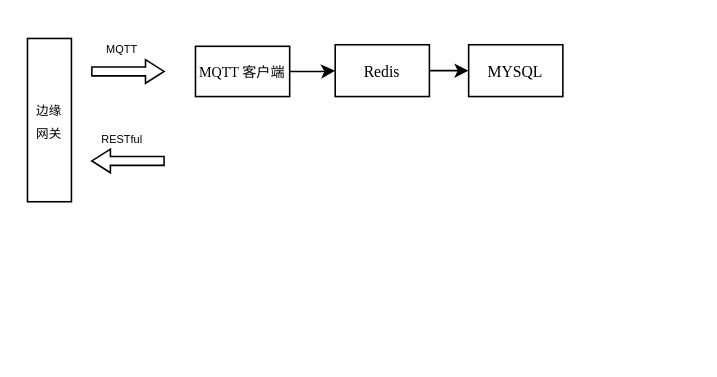
Asafield/draw keeps this draw.io diagram as page "云平台数据流控制" (2 of 3) of 未命名绘图.drawio. Above is the earlier version. Source tidied: cells renumbered, new cells numbered last; positions are measured from the earlier drawing's top-left corner, leaving out a move shared by most shapes. Both pictures are drawn from the tidied source at 157%, with x=0, y=0 at pixel (27, 27).
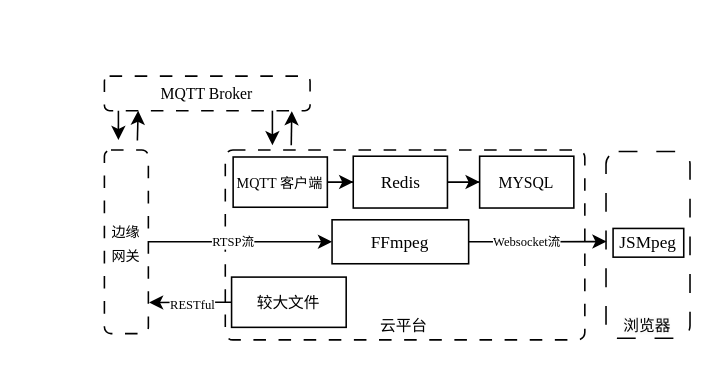
The same diagram, later.

Commit message:
更新未命名绘图.drawio

The edit, as a diff of the source:
```diff
@@
+    <mxCell id="12" style="whiteSpace=wrap;html=1;dashed=1;dashPattern=8 8;rounded=1;arcSize=4;fontFamily=Times New Roman;" parent="1" vertex="1">
+      <mxGeometry x="126" y="78" width="229" height="121" as="geometry" />
+    </mxCell>
@@
     <mxCell id="3" value="&lt;font style=&quot;font-size: 9px;&quot;&gt;MQTT 客户端&lt;/font&gt;" style="rounded=0;whiteSpace=wrap;html=1;fontSize=10;fontFamily=Times New Roman;" parent="1" vertex="1">
-      <mxGeometry x="107" y="12" width="60" height="32" as="geometry" />
+      <mxGeometry x="131" y="82.5" width="60" height="32" as="geometry" />
     </mxCell>
@@
-    <mxCell id="5" value="Redis" style="rounded=0;whiteSpace=wrap;html=1;fontSize=10;fontFamily=Times New Roman;" parent="1" vertex="1">
-      <mxGeometry x="196" y="11" width="60" height="33" as="geometry" />
+    <mxCell id="5" value="&lt;font style=&quot;font-size: 11px;&quot;&gt;Redis&lt;/font&gt;" style="rounded=0;whiteSpace=wrap;html=1;fontSize=10;fontFamily=Times New Roman;" parent="1" vertex="1">
+      <mxGeometry x="207.5" y="82" width="60" height="33" as="geometry" />
     </mxCell>
     <mxCell id="6" value="MYSQL" style="rounded=0;whiteSpace=wrap;html=1;fontSize=10;fontFamily=Times New Roman;" parent="1" vertex="1">
-      <mxGeometry x="281" y="11" width="60" height="33" as="geometry" />
+      <mxGeometry x="288" y="82" width="60" height="33" as="geometry" />
     </mxCell>
-    <mxCell id="7" style="html=1;shadow=0;dashed=0;align=center;verticalAlign=middle;shape=mxgraph.arrows2.arrow;dy=0.62;dx=11.83;notch=0;" parent="1" vertex="1">
-      <mxGeometry x="41" y="20.5" width="46" height="15" as="geometry" />
-    </mxCell>
-    <mxCell id="8" value="&lt;font style=&quot;font-size: 7px;&quot;&gt;MQTT&lt;/font&gt;" style="text;html=1;align=center;verticalAlign=middle;strokeColor=none;fillColor=none;" parent="1" vertex="1">
-      <mxGeometry x="41" width="38" height="26" as="geometry" />
-    </mxCell>
-    <mxCell id="9" style="html=1;shadow=0;dashed=0;align=center;verticalAlign=middle;shape=mxgraph.arrows2.arrow;dy=0.62;dx=11.83;notch=0;rotation=-180;" parent="1" vertex="1">
-      <mxGeometry x="41" y="77.5" width="46" height="15" as="geometry" />
-    </mxCell>
+    <mxCell id="11" value="&lt;font style=&quot;font-size: 9px;&quot;&gt;边缘&lt;/font&gt;&lt;div&gt;&lt;font style=&quot;font-size: 9px;&quot;&gt;网关&lt;/font&gt;&lt;/div&gt;" style="whiteSpace=wrap;html=1;strokeColor=default;dashed=1;dashPattern=8 8;rounded=1;fontFamily=Times New Roman;" parent="1" vertex="1">
+      <mxGeometry x="49" y="78" width="28" height="117" as="geometry" />
+    </mxCell>
+    <mxCell id="13" value="较大文件" style="rounded=0;whiteSpace=wrap;html=1;fontSize=10;fontFamily=Times New Roman;" parent="1" vertex="1">
+      <mxGeometry x="130" y="159" width="73" height="32" as="geometry" />
+    </mxCell>
+    <mxCell id="14" value="&lt;font style=&quot;font-size: 10px;&quot;&gt;MQTT Broker&lt;/font&gt;" style="whiteSpace=wrap;html=1;rounded=1;dashed=1;dashPattern=8 8;fontFamily=Times New Roman;" parent="1" vertex="1">
+      <mxGeometry x="49" y="31" width="131" height="22" as="geometry" />
+    </mxCell>
+    <mxCell id="15" style="endArrow=classic;html=1;rounded=0;entryX=0.048;entryY=0.007;entryDx=0;entryDy=0;entryPerimeter=0;fontFamily=Times New Roman;" parent="1" edge="1">
+      <mxGeometry relative="1" as="geometry">
+        <mxPoint x="156" y="53" as="sourcePoint" />
+        <mxPoint x="156" y="75" as="targetPoint" />
+      </mxGeometry>
+    </mxCell>
+    <mxCell id="16" style="endArrow=classic;html=1;rounded=0;exitX=0.11;exitY=0;exitDx=0;exitDy=0;exitPerimeter=0;entryX=0.911;entryY=1.014;entryDx=0;entryDy=0;entryPerimeter=0;fontFamily=Times New Roman;" parent="1" edge="1" target="14">
+      <mxGeometry relative="1" as="geometry">
+        <mxPoint x="168" y="75" as="sourcePoint" />
+      </mxGeometry>
+    </mxCell>
+    <mxCell id="17" style="endArrow=classic;html=1;rounded=0;exitX=0.75;exitY=0;exitDx=0;exitDy=0;entryX=0.164;entryY=1;entryDx=0;entryDy=0;entryPerimeter=0;fontFamily=Times New Roman;" parent="1" edge="1" target="14">
+      <mxGeometry relative="1" as="geometry">
+        <mxPoint x="70" y="72" as="sourcePoint" />
+      </mxGeometry>
+    </mxCell>
+    <mxCell id="18" style="endArrow=classic;html=1;rounded=0;exitX=0.068;exitY=0.999;exitDx=0;exitDy=0;exitPerimeter=0;entryX=0.317;entryY=-0.003;entryDx=0;entryDy=0;entryPerimeter=0;fontFamily=Times New Roman;" parent="1" edge="1" source="14">
+      <mxGeometry relative="1" as="geometry">
+        <mxPoint x="57.9" y="71.6" as="targetPoint" />
+      </mxGeometry>
+    </mxCell>
+    <mxCell id="19" style="whiteSpace=wrap;html=1;dashed=1;dashPattern=12 12;rounded=1;fontFamily=Times New Roman;" parent="1" vertex="1">
+      <mxGeometry x="368.5" y="79" width="53.5" height="119" as="geometry" />
+    </mxCell>
+    <mxCell id="20" style="edgeStyle=orthogonalEdgeStyle;rounded=0;jettySize=auto;html=1;exitX=1;exitY=0.5;exitDx=0;exitDy=0;entryX=0.006;entryY=0.482;entryDx=0;entryDy=0;entryPerimeter=0;fontFamily=Times New Roman;" parent="1" edge="1" source="22" target="19">
+      <mxGeometry relative="1" as="geometry">
+        <Array as="points">
+          <mxPoint x="325" y="137" />
+        </Array>
+      </mxGeometry>
+    </mxCell>
+    <mxCell id="21" value="Websocket流" style="edgeLabel;html=1;align=center;verticalAlign=middle;fontSize=8;fontFamily=Times New Roman;" parent="20" vertex="1">
+      <mxGeometry x="-0.18" relative="1" as="geometry" />
+    </mxCell>
+    <mxCell id="22" value="FFmpeg" style="whiteSpace=wrap;html=1;fontFamily=Times New Roman;fontSize=11;" parent="1" vertex="1">
+      <mxGeometry x="194" y="122.5" width="87" height="28" as="geometry" />
+    </mxCell>
+    <mxCell id="23" style="edgeStyle=none;jettySize=auto;html=1;rounded=0;exitX=1;exitY=0.5;exitDx=0;exitDy=0;entryX=0;entryY=0.5;entryDx=0;entryDy=0;fontFamily=Times New Roman;" parent="1" edge="1" source="11" target="22">
+      <mxGeometry relative="1" as="geometry" />
+    </mxCell>
+    <mxCell id="24" value="RTSP流" style="edgeLabel;html=1;align=center;verticalAlign=middle;fontSize=8;fontFamily=Times New Roman;" parent="23" vertex="1">
+      <mxGeometry x="-0.1" relative="1" as="geometry" />
+    </mxCell>
+    <mxCell id="25" style="edgeStyle=orthogonalEdgeStyle;rounded=0;jettySize=auto;html=1;exitX=0;exitY=0.5;exitDx=0;exitDy=0;entryX=1.016;entryY=0.831;entryDx=0;entryDy=0;entryPerimeter=0;fontFamily=Times New Roman;" parent="1" edge="1" source="13" target="11">
+      <mxGeometry relative="1" as="geometry" />
+    </mxCell>
-    <mxCell id="10" value="&lt;span style=&quot;font-size: 7px;&quot;&gt;RESTful&lt;/span&gt;" style="text;html=1;align=center;verticalAlign=middle;strokeColor=none;fillColor=none;" parent="1" vertex="1">
-      <mxGeometry x="38" y="57" width="44" height="26" as="geometry" />
+    <mxCell id="10" value="RESTful" style="edgeLabel;html=1;align=center;verticalAlign=middle;fontSize=8;fontFamily=Times New Roman;" parent="25" vertex="1">
+      <mxGeometry x="-0.02" y="1" relative="1" as="geometry" />
     </mxCell>
-    <mxCell id="11" value="&lt;font style=&quot;font-size: 8px;&quot;&gt;边缘&lt;/font&gt;&lt;div&gt;&lt;font style=&quot;font-size: 8px;&quot;&gt;网关&lt;/font&gt;&lt;/div&gt;" style="whiteSpace=wrap;html=1;" parent="1" vertex="1">
-      <mxGeometry y="7" width="28" height="104" as="geometry" />
-    </mxCell>
+    <mxCell id="26" value="&lt;span style=&quot;color: rgb(0, 0, 0); font-style: normal; font-variant-ligatures: normal; font-variant-caps: normal; font-weight: 400; letter-spacing: normal; orphans: 2; text-align: center; text-indent: 0px; text-transform: none; widows: 2; word-spacing: 0px; -webkit-text-stroke-width: 0px; white-space: normal; background-color: rgb(251, 251, 251); text-decoration-thickness: initial; text-decoration-style: initial; text-decoration-color: initial; float: none; display: inline !important;&quot;&gt;浏览器&lt;/span&gt;" style="text;whiteSpace=wrap;html=1;fontSize=10;fontFamily=Times New Roman;" parent="1" vertex="1">
+      <mxGeometry x="377.5" y="178" width="44.5" height="27" as="geometry" />
+    </mxCell>
+    <mxCell id="27" value="&lt;div style=&quot;text-align: center;&quot;&gt;云平台&lt;/div&gt;" style="text;whiteSpace=wrap;html=1;fontSize=10;fontFamily=Times New Roman;" parent="1" vertex="1">
+      <mxGeometry x="223" y="178" width="44.5" height="27" as="geometry" />
+    </mxCell>
+    <mxCell id="28" value="JSMpeg" style="whiteSpace=wrap;align=center;fontFamily=Times New Roman;spacing=0;html=1;fontSize=11;" parent="1" vertex="1">
+      <mxGeometry x="373" y="128" width="45" height="18.3" as="geometry" />
+    </mxCell>
```
